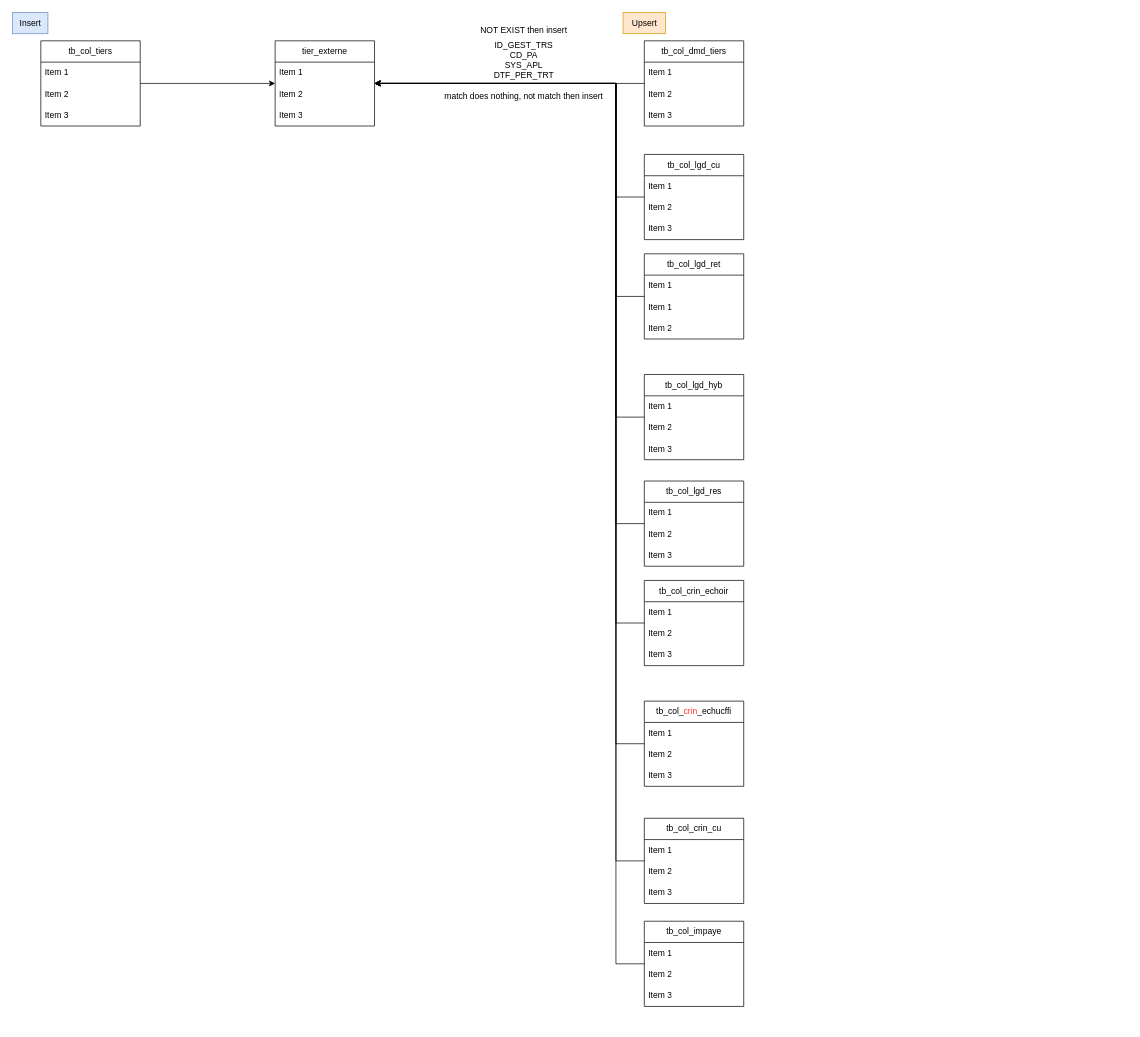
Earlier version of the draw.io diagram page "tiers_externe" (4 of 5) of schema_laurent.drawio (wunyu/drawio). Source tidied: cells renumbered, new cells numbered last; positions are measured from the earlier drawing's top-left corner, leaving out a move shared by most shapes. Both pictures are drawn from the tidied source at 71%, with x=0, y=0 at pixel (12, 12).
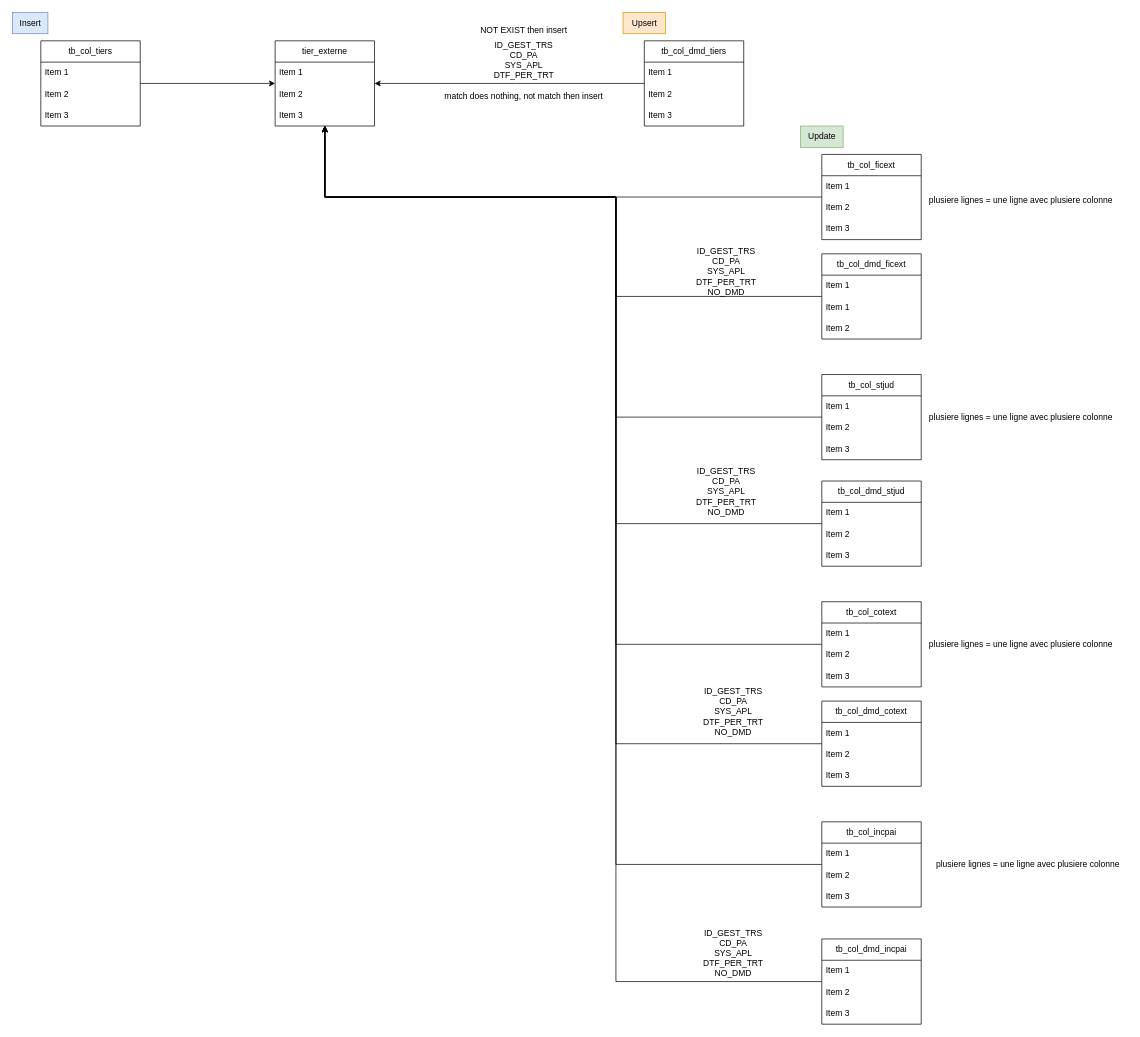
The same diagram, later.

Unchanged cells that the change refers to:
```xml
<mxCell id="8" value="tier_externe" style="swimlane;fontStyle=0;horizontal=1;startSize=30;whiteSpace=wrap;html=1;" parent="1" vertex="1">
  <mxGeometry x="370" y="40" width="140" height="120" as="geometry" />
</mxCell>
```

What changed in the source:
```diff
@@
     <mxCell id="21" style="edgeStyle=orthogonalEdgeStyle;rounded=0;jettySize=auto;html=1;" parent="1" edge="1" source="22" target="8">
       <mxGeometry relative="1" as="geometry">
         <Array as="points">
           <mxPoint x="850" y="400" />
-          <mxPoint x="850" y="100" />
+          <mxPoint x="850" y="260" />
+          <mxPoint x="440" y="260" />
         </Array>
       </mxGeometry>
     </mxCell>
-    <mxCell id="22" value="tb_col_lgd_ret" style="swimlane;fontStyle=0;horizontal=1;startSize=30;whiteSpace=wrap;html=1;" parent="1" vertex="1">
-      <mxGeometry x="890" y="340" width="140" height="120" as="geometry" />
+    <mxCell id="22" value="tb_col_dmd_ficext" style="swimlane;fontStyle=0;horizontal=1;startSize=30;whiteSpace=wrap;html=1;" parent="1" vertex="1">
+      <mxGeometry x="1140" y="340" width="140" height="120" as="geometry" />
     </mxCell>
@@
     <mxCell id="26" style="edgeStyle=orthogonalEdgeStyle;rounded=0;jettySize=auto;html=1;" parent="1" edge="1" source="27" target="8">
       <mxGeometry relative="1" as="geometry">
         <Array as="points">
-          <mxPoint x="850" y="260" />
-          <mxPoint x="850" y="100" />
+          <mxPoint x="440" y="260" />
         </Array>
       </mxGeometry>
     </mxCell>
-    <mxCell id="27" value="tb_col_lgd_cu" style="swimlane;fontStyle=0;horizontal=1;startSize=30;whiteSpace=wrap;html=1;" parent="1" vertex="1">
-      <mxGeometry x="890" y="200" width="140" height="120" as="geometry" />
+    <mxCell id="27" value="tb_col_ficext" style="swimlane;fontStyle=0;horizontal=1;startSize=30;whiteSpace=wrap;html=1;" parent="1" vertex="1">
+      <mxGeometry x="1140" y="200" width="140" height="120" as="geometry" />
     </mxCell>
@@
     <mxCell id="31" style="edgeStyle=orthogonalEdgeStyle;rounded=0;jettySize=auto;html=1;" parent="1" edge="1" source="32" target="8">
       <mxGeometry relative="1" as="geometry">
         <Array as="points">
           <mxPoint x="850" y="570" />
-          <mxPoint x="850" y="100" />
+          <mxPoint x="850" y="260" />
+          <mxPoint x="440" y="260" />
         </Array>
       </mxGeometry>
     </mxCell>
-    <mxCell id="32" value="tb_col_lgd_hyb" style="swimlane;fontStyle=0;horizontal=1;startSize=30;whiteSpace=wrap;html=1;" parent="1" vertex="1">
-      <mxGeometry x="890" y="510" width="140" height="120" as="geometry" />
+    <mxCell id="32" value="tb_col_stjud" style="swimlane;fontStyle=0;horizontal=1;startSize=30;whiteSpace=wrap;html=1;" parent="1" vertex="1">
+      <mxGeometry x="1140" y="510" width="140" height="120" as="geometry" />
     </mxCell>
@@
     <mxCell id="36" style="edgeStyle=orthogonalEdgeStyle;rounded=0;jettySize=auto;html=1;" parent="1" edge="1" source="37" target="8">
       <mxGeometry relative="1" as="geometry">
         <Array as="points">
-          <mxPoint x="850" y="720" />
-          <mxPoint x="850" y="100" />
+          <mxPoint x="850" y="890" />
+          <mxPoint x="850" y="260" />
+          <mxPoint x="440" y="260" />
         </Array>
       </mxGeometry>
     </mxCell>
-    <mxCell id="37" value="tb_col_lgd_res" style="swimlane;fontStyle=0;horizontal=1;startSize=30;whiteSpace=wrap;html=1;" parent="1" vertex="1">
-      <mxGeometry x="890" y="660" width="140" height="120" as="geometry" />
+    <mxCell id="37" value="tb_col_cotext" style="swimlane;fontStyle=0;horizontal=1;startSize=30;whiteSpace=wrap;html=1;" parent="1" vertex="1">
+      <mxGeometry x="1140" y="830" width="140" height="120" as="geometry" />
     </mxCell>
@@
     <mxCell id="41" style="edgeStyle=orthogonalEdgeStyle;rounded=0;jettySize=auto;html=1;" parent="1" edge="1" source="42" target="8">
       <mxGeometry relative="1" as="geometry">
         <Array as="points">
-          <mxPoint x="850" y="860" />
-          <mxPoint x="850" y="100" />
+          <mxPoint x="850" y="1030" />
+          <mxPoint x="850" y="260" />
+          <mxPoint x="440" y="260" />
         </Array>
       </mxGeometry>
     </mxCell>
-    <mxCell id="42" value="tb_col_crin_echoir" style="swimlane;fontStyle=0;horizontal=1;startSize=30;whiteSpace=wrap;html=1;" parent="1" vertex="1">
-      <mxGeometry x="890" y="800" width="140" height="120" as="geometry" />
+    <mxCell id="42" value="tb_col_dmd_cotext" style="swimlane;fontStyle=0;horizontal=1;startSize=30;whiteSpace=wrap;html=1;" parent="1" vertex="1">
+      <mxGeometry x="1140" y="970" width="140" height="120" as="geometry" />
     </mxCell>
@@
     <mxCell id="46" style="edgeStyle=orthogonalEdgeStyle;rounded=0;jettySize=auto;html=1;" parent="1" edge="1" source="47" target="8">
       <mxGeometry relative="1" as="geometry">
         <Array as="points">
-          <mxPoint x="850" y="1030" />
-          <mxPoint x="850" y="100" />
+          <mxPoint x="850" y="1200" />
+          <mxPoint x="850" y="260" />
+          <mxPoint x="440" y="260" />
         </Array>
       </mxGeometry>
     </mxCell>
-    <mxCell id="47" value="tb_col_&lt;font style=&quot;color: rgb(255, 51, 51);&quot;&gt;crin&lt;/font&gt;_echucffi" style="swimlane;fontStyle=0;horizontal=1;startSize=30;whiteSpace=wrap;html=1;" parent="1" vertex="1">
-      <mxGeometry x="890" y="970" width="140" height="120" as="geometry" />
+    <mxCell id="47" value="tb_col_incpai" style="swimlane;fontStyle=0;horizontal=1;startSize=30;whiteSpace=wrap;html=1;" parent="1" vertex="1">
+      <mxGeometry x="1140" y="1140" width="140" height="120" as="geometry" />
     </mxCell>
@@
     <mxCell id="51" style="edgeStyle=orthogonalEdgeStyle;rounded=0;jettySize=auto;html=1;" parent="1" edge="1" source="52" target="8">
       <mxGeometry relative="1" as="geometry">
         <Array as="points">
-          <mxPoint x="850" y="1195" />
-          <mxPoint x="850" y="100" />
+          <mxPoint x="850" y="1365" />
+          <mxPoint x="850" y="260" />
+          <mxPoint x="440" y="260" />
         </Array>
       </mxGeometry>
     </mxCell>
-    <mxCell id="52" value="tb_col_crin_cu" style="swimlane;fontStyle=0;horizontal=1;startSize=30;whiteSpace=wrap;html=1;" parent="1" vertex="1">
-      <mxGeometry x="890" y="1135" width="140" height="120" as="geometry" />
+    <mxCell id="52" value="tb_col_dmd_incpai" style="swimlane;fontStyle=0;horizontal=1;startSize=30;whiteSpace=wrap;html=1;" parent="1" vertex="1">
+      <mxGeometry x="1140" y="1305" width="140" height="120" as="geometry" />
     </mxCell>
@@
-    <mxCell id="56" style="edgeStyle=orthogonalEdgeStyle;rounded=0;jettySize=auto;html=1;" parent="1" edge="1" source="57" target="8">
-      <mxGeometry relative="1" as="geometry">
-        <Array as="points">
-          <mxPoint x="850" y="1340" />
-          <mxPoint x="850" y="100" />
-        </Array>
-      </mxGeometry>
-    </mxCell>
-    <mxCell id="57" value="tb_col_impaye" style="swimlane;fontStyle=0;horizontal=1;startSize=30;whiteSpace=wrap;html=1;" parent="1" vertex="1">
-      <mxGeometry x="890" y="1280" width="140" height="120" as="geometry" />
-    </mxCell>
+    <mxCell id="61" value="Update" style="text;html=1;align=center;verticalAlign=middle;strokeColor=#82b366;fillColor=#d5e8d4;" parent="1" vertex="1">
+      <mxGeometry x="1110" y="160" width="60" height="30" as="geometry" />
+    </mxCell>
+    <mxCell id="62" value="plusiere lignes = une ligne avec plusiere colonne" style="text;html=1;align=center;verticalAlign=middle;strokeColor=none;fillColor=none;" parent="1" vertex="1">
+      <mxGeometry x="1280" y="875" width="280" height="30" as="geometry" />
+    </mxCell>
+    <mxCell id="63" value="plusiere lignes = une ligne avec plusiere colonne" style="text;html=1;align=center;verticalAlign=middle;strokeColor=none;fillColor=none;" parent="1" vertex="1">
+      <mxGeometry x="1280" y="250" width="280" height="30" as="geometry" />
+    </mxCell>
+    <mxCell id="64" value="plusiere lignes = une ligne avec plusiere colonne" style="text;html=1;align=center;verticalAlign=middle;strokeColor=none;fillColor=none;" parent="1" vertex="1">
+      <mxGeometry x="1280" y="555" width="280" height="30" as="geometry" />
+    </mxCell>
+    <mxCell id="65" value="plusiere lignes = une ligne avec plusiere colonne" style="text;html=1;align=center;verticalAlign=middle;strokeColor=none;fillColor=none;" parent="1" vertex="1">
+      <mxGeometry x="1290" y="1185" width="280" height="30" as="geometry" />
+    </mxCell>
+    <mxCell id="66" value="ID_GEST_TRS&lt;div&gt;CD_PA&lt;/div&gt;&lt;div&gt;SYS_APL&lt;/div&gt;&lt;div&gt;DTF_PER_TRT&lt;/div&gt;&lt;div&gt;NO_DMD&lt;/div&gt;" style="text;html=1;align=center;verticalAlign=middle;strokeColor=none;fillColor=none;" parent="1" vertex="1">
+      <mxGeometry x="950" y="320" width="110" height="90" as="geometry" />
+    </mxCell>
+    <mxCell id="67" value="ID_GEST_TRS&lt;div&gt;CD_PA&lt;/div&gt;&lt;div&gt;SYS_APL&lt;/div&gt;&lt;div&gt;DTF_PER_TRT&lt;/div&gt;&lt;div&gt;NO_DMD&lt;/div&gt;" style="text;html=1;align=center;verticalAlign=middle;strokeColor=none;fillColor=none;" parent="1" vertex="1">
+      <mxGeometry x="960" y="940" width="110" height="90" as="geometry" />
+    </mxCell>
+    <mxCell id="68" value="ID_GEST_TRS&lt;div&gt;CD_PA&lt;/div&gt;&lt;div&gt;SYS_APL&lt;/div&gt;&lt;div&gt;DTF_PER_TRT&lt;/div&gt;&lt;div&gt;NO_DMD&lt;/div&gt;" style="text;html=1;align=center;verticalAlign=middle;strokeColor=none;fillColor=none;" parent="1" vertex="1">
+      <mxGeometry x="960" y="1280" width="110" height="90" as="geometry" />
+    </mxCell>
+    <mxCell id="69" style="edgeStyle=orthogonalEdgeStyle;rounded=0;jettySize=auto;html=1;" parent="1" edge="1" source="70" target="8">
+      <mxGeometry relative="1" as="geometry">
+        <Array as="points">
+          <mxPoint x="850" y="720" />
+          <mxPoint x="850" y="260" />
+          <mxPoint x="440" y="260" />
+        </Array>
+      </mxGeometry>
+    </mxCell>
+    <mxCell id="70" value="tb_col_dmd_stjud" style="swimlane;fontStyle=0;horizontal=1;startSize=30;whiteSpace=wrap;html=1;" parent="1" vertex="1">
+      <mxGeometry x="1140" y="660" width="140" height="120" as="geometry" />
+    </mxCell>
-    <mxCell id="58" value="Item 1" style="text;strokeColor=none;fillColor=none;align=left;verticalAlign=middle;spacingLeft=4;spacingRight=4;overflow=hidden;whiteSpace=wrap;html=1;" parent="57" vertex="1">
+    <mxCell id="58" value="Item 1" style="text;strokeColor=none;fillColor=none;align=left;verticalAlign=middle;spacingLeft=4;spacingRight=4;overflow=hidden;whiteSpace=wrap;html=1;" parent="70" vertex="1">
       <mxGeometry y="30" width="140" height="30" as="geometry" />
     </mxCell>
-    <mxCell id="59" value="Item 2" style="text;strokeColor=none;fillColor=none;align=left;verticalAlign=middle;spacingLeft=4;spacingRight=4;overflow=hidden;whiteSpace=wrap;html=1;" parent="57" vertex="1">
+    <mxCell id="59" value="Item 2" style="text;strokeColor=none;fillColor=none;align=left;verticalAlign=middle;spacingLeft=4;spacingRight=4;overflow=hidden;whiteSpace=wrap;html=1;" parent="70" vertex="1">
       <mxGeometry y="60" width="140" height="30" as="geometry" />
     </mxCell>
-    <mxCell id="60" value="Item 3" style="text;strokeColor=none;fillColor=none;align=left;verticalAlign=middle;spacingLeft=4;spacingRight=4;overflow=hidden;whiteSpace=wrap;html=1;" parent="57" vertex="1">
+    <mxCell id="60" value="Item 3" style="text;strokeColor=none;fillColor=none;align=left;verticalAlign=middle;spacingLeft=4;spacingRight=4;overflow=hidden;whiteSpace=wrap;html=1;" parent="70" vertex="1">
       <mxGeometry y="90" width="140" height="30" as="geometry" />
     </mxCell>
+    <mxCell id="71" value="ID_GEST_TRS&lt;div&gt;CD_PA&lt;/div&gt;&lt;div&gt;SYS_APL&lt;/div&gt;&lt;div&gt;DTF_PER_TRT&lt;/div&gt;&lt;div&gt;NO_DMD&lt;/div&gt;" style="text;html=1;align=center;verticalAlign=middle;strokeColor=none;fillColor=none;" parent="1" vertex="1">
+      <mxGeometry x="950" y="630" width="110" height="90" as="geometry" />
+    </mxCell>
```
